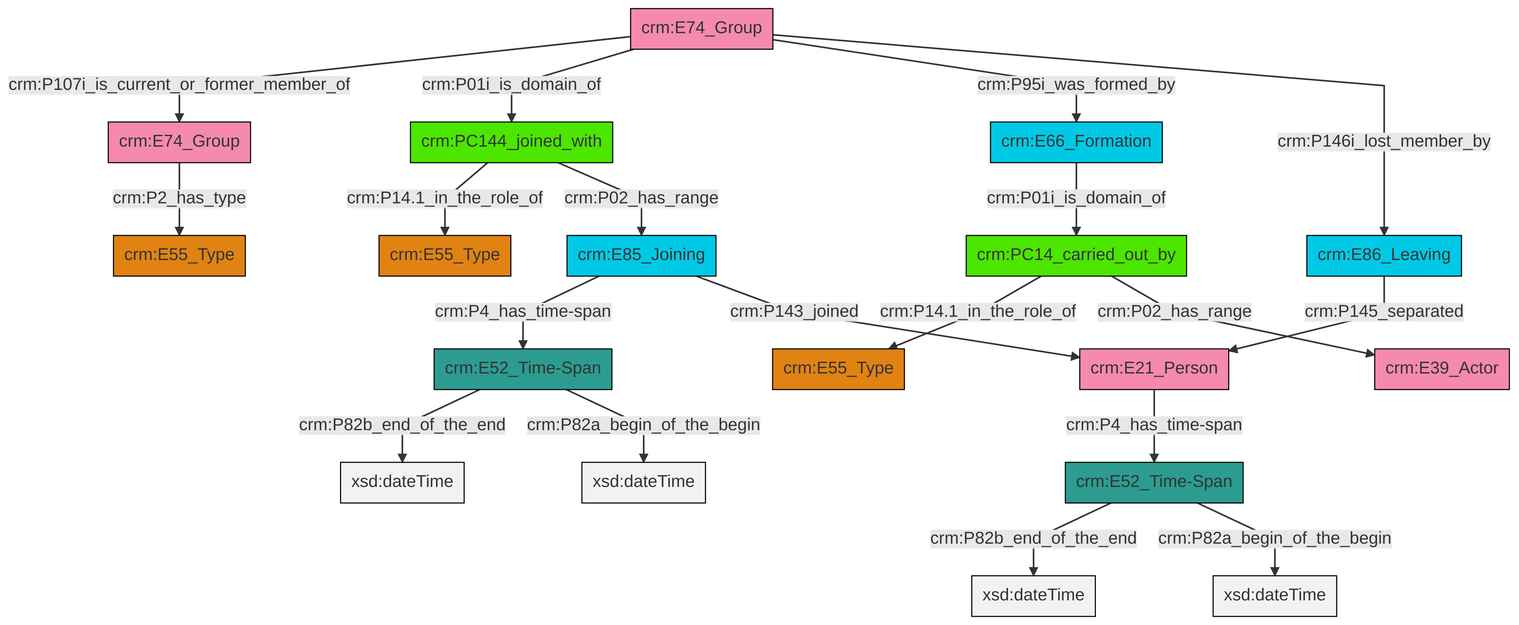
The Mermaid diagram et/groupCSV/ttl/mmd/png/group_actor_relations.png in swiss-art-research-net/reference-data-models, before a commit. Its source is kept beside it as et/groupCSV/ttl/mmd/group_actor_relations.ttl.mmd.
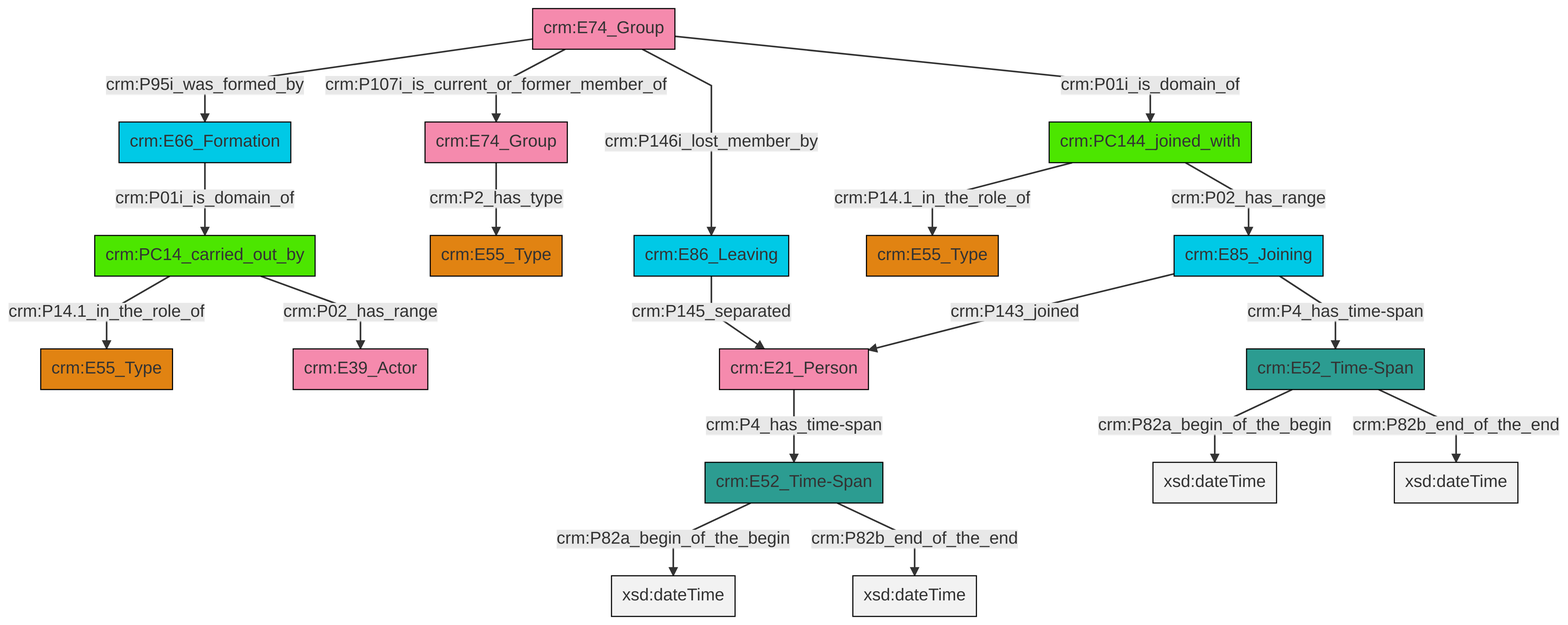
After the commit.

Change to the diagram source:
```diff
@@ -13,21 +13,21 @@
 classDef PC_Classes fill:#4ce600, stroke:#000000;
 classDef Multi fill:#cccccc,stroke:#000000;
 
-4["crm:E74_Group"]:::Actor -->|crm:P107i_is_current_or_former_member_of| 0["crm:E74_Group"]:::Actor
-5["crm:PC144_joined_with"]:::PC_Classes -->|crm:P14.1_in_the_role_of| 6["crm:E55_Type"]:::Type
-7["crm:E52_Time-Span"]:::Time-Span -->|crm:P82b_end_of_the_end| 8[xsd:dateTime]:::Literal
-9["crm:PC14_carried_out_by"]:::PC_Classes -->|crm:P14.1_in_the_role_of| 2["crm:E55_Type"]:::Type
-0["crm:E74_Group"]:::Actor -->|crm:P2_has_type| 11["crm:E55_Type"]:::Type
-13["crm:E85_Joining"]:::Temporal_Entity -->|crm:P4_has_time-span| 7["crm:E52_Time-Span"]:::Time-Span
-14["crm:E52_Time-Span"]:::Time-Span -->|crm:P82b_end_of_the_end| 15[xsd:dateTime]:::Literal
-9["crm:PC14_carried_out_by"]:::PC_Classes -->|crm:P02_has_range| 19["crm:E39_Actor"]:::Actor
-14["crm:E52_Time-Span"]:::Time-Span -->|crm:P82a_begin_of_the_begin| 21[xsd:dateTime]:::Literal
-22["crm:E21_Person"]:::Actor -->|crm:P4_has_time-span| 14["crm:E52_Time-Span"]:::Time-Span
-5["crm:PC144_joined_with"]:::PC_Classes -->|crm:P02_has_range| 13["crm:E85_Joining"]:::Temporal_Entity
-7["crm:E52_Time-Span"]:::Time-Span -->|crm:P82a_begin_of_the_begin| 26[xsd:dateTime]:::Literal
-4["crm:E74_Group"]:::Actor -->|crm:P01i_is_domain_of| 5["crm:PC144_joined_with"]:::PC_Classes
-17["crm:E66_Formation"]:::Temporal_Entity -->|crm:P01i_is_domain_of| 9["crm:PC14_carried_out_by"]:::PC_Classes
-4["crm:E74_Group"]:::Actor -->|crm:P95i_was_formed_by| 17["crm:E66_Formation"]:::Temporal_Entity
-24["crm:E86_Leaving"]:::Temporal_Entity -->|crm:P145_separated| 22["crm:E21_Person"]:::Actor
-13["crm:E85_Joining"]:::Temporal_Entity -->|crm:P143_joined| 22["crm:E21_Person"]:::Actor
-4["crm:E74_Group"]:::Actor -->|crm:P146i_lost_member_by| 24["crm:E86_Leaving"]:::Temporal_Entity
+2["crm:E85_Joining"]:::Temporal_Entity -->|crm:P143_joined| 3["crm:E21_Person"]:::Actor
+4["crm:PC14_carried_out_by"]:::PC_Classes -->|crm:P14.1_in_the_role_of| 5["crm:E55_Type"]:::Type
+6["crm:PC144_joined_with"]:::PC_Classes -->|crm:P14.1_in_the_role_of| 7["crm:E55_Type"]:::Type
+15["crm:E52_Time-Span"]:::Time-Span -->|crm:P82a_begin_of_the_begin| 16[xsd:dateTime]:::Literal
+3["crm:E21_Person"]:::Actor -->|crm:P4_has_time-span| 15["crm:E52_Time-Span"]:::Time-Span
+8["crm:E74_Group"]:::Actor -->|crm:P95i_was_formed_by| 13["crm:E66_Formation"]:::Temporal_Entity
+15["crm:E52_Time-Span"]:::Time-Span -->|crm:P82b_end_of_the_end| 22[xsd:dateTime]:::Literal
+24["crm:E52_Time-Span"]:::Time-Span -->|crm:P82a_begin_of_the_begin| 25[xsd:dateTime]:::Literal
+24["crm:E52_Time-Span"]:::Time-Span -->|crm:P82b_end_of_the_end| 26[xsd:dateTime]:::Literal
+2["crm:E85_Joining"]:::Temporal_Entity -->|crm:P4_has_time-span| 24["crm:E52_Time-Span"]:::Time-Span
+10["crm:E86_Leaving"]:::Temporal_Entity -->|crm:P145_separated| 3["crm:E21_Person"]:::Actor
+4["crm:PC14_carried_out_by"]:::PC_Classes -->|crm:P02_has_range| 28["crm:E39_Actor"]:::Actor
+13["crm:E66_Formation"]:::Temporal_Entity -->|crm:P01i_is_domain_of| 4["crm:PC14_carried_out_by"]:::PC_Classes
+8["crm:E74_Group"]:::Actor -->|crm:P107i_is_current_or_former_member_of| 0["crm:E74_Group"]:::Actor
+8["crm:E74_Group"]:::Actor -->|crm:P146i_lost_member_by| 10["crm:E86_Leaving"]:::Temporal_Entity
+6["crm:PC144_joined_with"]:::PC_Classes -->|crm:P02_has_range| 2["crm:E85_Joining"]:::Temporal_Entity
+8["crm:E74_Group"]:::Actor -->|crm:P01i_is_domain_of| 6["crm:PC144_joined_with"]:::PC_Classes
+0["crm:E74_Group"]:::Actor -->|crm:P2_has_type| 17["crm:E55_Type"]:::Type
```
